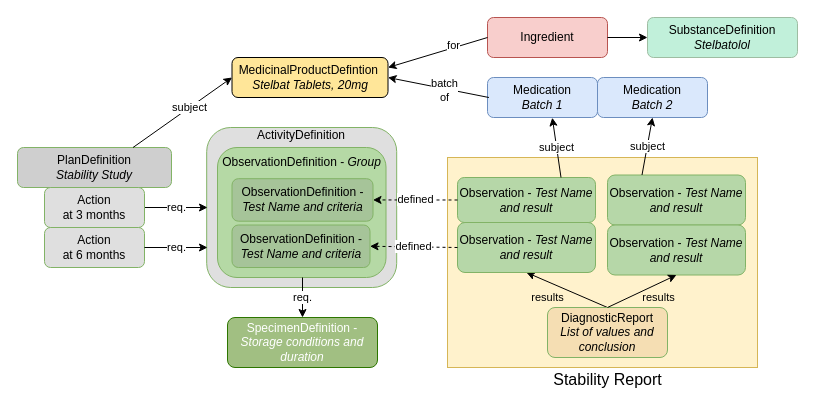
HL7/uv-dx-pq keeps this draw.io diagram as input/images-source/stability_FHIR_resources [2023-07-28 Rik].drawio. Above is the earlier version. Source tidied: cells renumbered, new cells numbered last; positions are measured from the earlier drawing's top-left corner, leaving out a move shared by most shapes. Both pictures are drawn from the tidied source at 100%, with x=0, y=0 at pixel (17, 17).
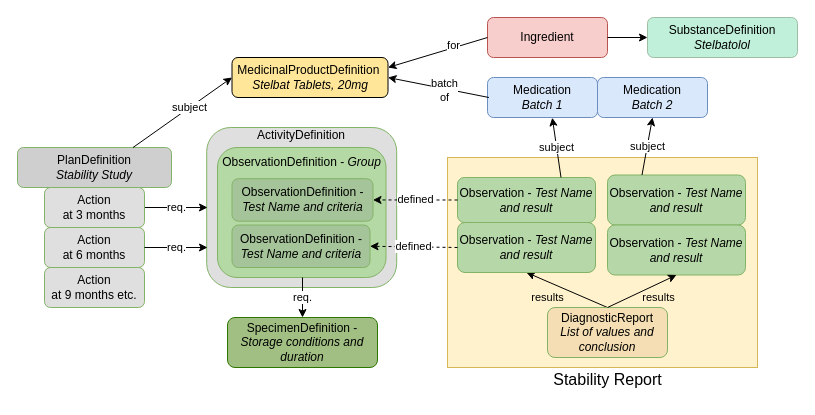
The same page after the edit.

The edit, as a diff of the source:
```diff
@@
-    <mxCell id="6" value="MedicinalProductDefintion&amp;nbsp;&lt;br&gt;&lt;i style=&quot;border-color: var(--border-color);&quot;&gt;Stelbat Tablets, 20mg&lt;/i&gt;" style="rounded=1;whiteSpace=wrap;html=1;fontSize=12;glass=0;strokeWidth=1;shadow=0;fillColor=#ffe699;" parent="1" vertex="1">
+    <mxCell id="6" value="MedicinalProductDefinition&amp;nbsp;&lt;br&gt;&lt;i style=&quot;border-color: var(--border-color);&quot;&gt;Stelbat Tablets, 20mg&lt;/i&gt;" style="rounded=1;whiteSpace=wrap;html=1;fontSize=12;glass=0;strokeWidth=1;shadow=0;fillColor=#ffe699;" parent="1" vertex="1">
       <mxGeometry x="214.5" y="40" width="156" height="40" as="geometry" />
     </mxCell>
@@
-    <mxCell id="33" value="SpecimenDefinition - &lt;i&gt;Storage conditions and duration&lt;/i&gt;" style="rounded=1;whiteSpace=wrap;html=1;fontSize=12;glass=0;strokeWidth=1;shadow=0;fillColor=#a1bf82;strokeColor=#2D7600;fontColor=#ffffff;" parent="1" vertex="1">
+    <mxCell id="33" value="SpecimenDefinition - &lt;i&gt;Storage conditions and duration&lt;/i&gt;" style="rounded=1;whiteSpace=wrap;html=1;fontSize=12;glass=0;strokeWidth=1;shadow=0;fillColor=#a1bf82;strokeColor=#2D7600;fontColor=#000000;" parent="1" vertex="1">
       <mxGeometry x="210" y="300" width="150" height="50" as="geometry" />
     </mxCell>
@@
+    <mxCell id="37" value="Action&lt;br&gt;at 9 months etc." style="rounded=1;whiteSpace=wrap;html=1;fontSize=12;glass=0;strokeWidth=1;shadow=0;fillColor=#dfdfdf;strokeColor=#82b366;" parent="1" vertex="1">
+      <mxGeometry x="27" y="250" width="100" height="40" as="geometry" />
+    </mxCell>
```
